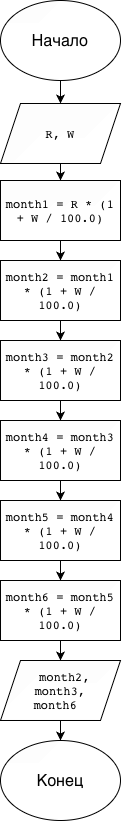
Before: schema.png, a diagram exported from draw.io (gwadsfwascawfwga/lab2). Source tidied: cells renumbered, new cells last; positions are measured from the earlier drawing's top-left corner, leaving out a move shared by most shapes. The source it was exported from:
```xml
<mxGraphModel>
  <root>
    <mxCell id="0" />
    <mxCell id="1" parent="0" />
    <mxCell id="2" value="&lt;span style=&quot;text-align: start; caret-color: rgb(0, 0, 0); color: rgb(0, 0, 0); font-size: medium;&quot;&gt;Конец&lt;/span&gt;" style="ellipse;whiteSpace=wrap;html=1;shapeInside=1;" parent="1" vertex="1">
      <mxGeometry y="740" width="120" height="80" as="geometry" />
    </mxCell>
    <mxCell id="3" style="edgeStyle=orthogonalEdgeStyle;rounded=0;jettySize=auto;html=1;" parent="1" edge="1" source="4" target="6">
      <mxGeometry relative="1" as="geometry" />
    </mxCell>
    <mxCell id="4" value="&lt;span style=&quot;text-align: start; caret-color: rgb(0, 0, 0); color: rgb(0, 0, 0); font-size: medium;&quot;&gt;Начало&lt;/span&gt;&lt;span style=&quot;text-align: start; caret-color: rgb(0, 0, 0); color: rgb(0, 0, 0); font-size: medium;&quot;&gt;&lt;br&gt;&lt;/span&gt;" style="ellipse;whiteSpace=wrap;html=1;shapeInside=1;" parent="1" vertex="1">
      <mxGeometry width="120" height="80" as="geometry" />
    </mxCell>
    <mxCell id="5" style="edgeStyle=orthogonalEdgeStyle;rounded=0;jettySize=auto;html=1;" parent="1" edge="1" source="6" target="8">
      <mxGeometry relative="1" as="geometry" />
    </mxCell>
    <mxCell id="6" value="&lt;code style=&quot;font-style: normal; font-variant-caps: normal; font-weight: 400; letter-spacing: normal; orphans: 2; text-align: start; text-indent: 0px; text-transform: none; white-space: normal; widows: 2; word-spacing: 0px; -webkit-text-stroke-width: 0px; text-decoration-line: none; text-decoration-thickness: auto; text-decoration-style: solid; caret-color: rgb(0, 0, 0); color: rgb(0, 0, 0);&quot;&gt;&lt;code style=&quot;font-style: normal; font-variant-caps: normal; font-weight: 400; letter-spacing: normal; orphans: 2; text-align: start; text-indent: 0px; text-transform: none; white-space: normal; widows: 2; word-spacing: 0px; -webkit-text-stroke-width: 0px; text-decoration-line: none; text-decoration-thickness: auto; text-decoration-style: solid; caret-color: rgb(0, 0, 0); color: rgb(0, 0, 0);&quot;&gt;&lt;br&gt;&lt;/code&gt;R, W&lt;/code&gt;" style="shape=parallelogram;perimeter=parallelogramPerimeter;whiteSpace=wrap;html=1;shapeInside=1;fixedSize=1;" parent="1" vertex="1">
      <mxGeometry y="103" width="120" height="60" as="geometry" />
    </mxCell>
    <mxCell id="7" style="edgeStyle=orthogonalEdgeStyle;rounded=0;jettySize=auto;html=1;" parent="1" edge="1" source="8" target="10">
      <mxGeometry relative="1" as="geometry" />
    </mxCell>
    <mxCell id="8" value="&lt;code style=&quot;font-style: normal; font-variant-caps: normal; font-weight: 400; letter-spacing: normal; orphans: 2; text-align: start; text-indent: 0px; text-transform: none; white-space: normal; widows: 2; word-spacing: 0px; -webkit-text-stroke-width: 0px; text-decoration-line: none; text-decoration-thickness: auto; text-decoration-style: solid; caret-color: rgb(0, 0, 0); color: rgb(0, 0, 0);&quot;&gt;month1 = R * (1 + W / 100.0)&lt;/code&gt;" style="whiteSpace=wrap;html=1;" parent="1" vertex="1">
      <mxGeometry y="180" width="120" height="60" as="geometry" />
    </mxCell>
    <mxCell id="9" style="edgeStyle=orthogonalEdgeStyle;rounded=0;jettySize=auto;html=1;" parent="1" edge="1" source="10" target="12">
      <mxGeometry relative="1" as="geometry" />
    </mxCell>
    <mxCell id="10" value="&lt;code style=&quot;text-align: start; caret-color: rgb(0, 0, 0); color: rgb(0, 0, 0);&quot;&gt;month2 = month1 * (1 + W / 100.0)&lt;/code&gt;" style="whiteSpace=wrap;html=1;" parent="1" vertex="1">
      <mxGeometry y="260" width="120" height="60" as="geometry" />
    </mxCell>
    <mxCell id="11" style="edgeStyle=orthogonalEdgeStyle;rounded=0;jettySize=auto;html=1;" parent="1" edge="1" source="12" target="14">
      <mxGeometry relative="1" as="geometry" />
    </mxCell>
    <mxCell id="12" value="&lt;div&gt;&lt;code style=&quot;text-align: start; caret-color: rgb(0, 0, 0); color: rgb(0, 0, 0);&quot;&gt;&lt;code style=&quot;caret-color: rgb(0, 0, 0); color: rgb(0, 0, 0);&quot;&gt;month3 = month2 * (1 + W / 100.0)&lt;/code&gt;&lt;br&gt;&lt;/code&gt;&lt;/div&gt;" style="whiteSpace=wrap;html=1;" parent="1" vertex="1">
      <mxGeometry y="340" width="120" height="60" as="geometry" />
    </mxCell>
    <mxCell id="13" style="edgeStyle=orthogonalEdgeStyle;rounded=0;jettySize=auto;html=1;" parent="1" edge="1" source="14" target="16">
      <mxGeometry relative="1" as="geometry" />
    </mxCell>
    <mxCell id="14" value="&lt;code style=&quot;text-align: start; caret-color: rgb(0, 0, 0); color: rgb(0, 0, 0);&quot;&gt;month4 = month3 * (1 + W / 100.0)&lt;/code&gt;" style="whiteSpace=wrap;html=1;" parent="1" vertex="1">
      <mxGeometry y="420" width="120" height="60" as="geometry" />
    </mxCell>
    <mxCell id="15" style="edgeStyle=orthogonalEdgeStyle;rounded=0;jettySize=auto;html=1;" parent="1" edge="1" source="16" target="18">
      <mxGeometry relative="1" as="geometry" />
    </mxCell>
    <mxCell id="16" value="&lt;code style=&quot;text-align: start; caret-color: rgb(0, 0, 0); color: rgb(0, 0, 0);&quot;&gt;month5 = month4 * (1 + W / 100.0)&lt;/code&gt;" style="whiteSpace=wrap;html=1;" parent="1" vertex="1">
      <mxGeometry y="500" width="120" height="60" as="geometry" />
    </mxCell>
    <mxCell id="17" style="edgeStyle=orthogonalEdgeStyle;rounded=0;jettySize=auto;html=1;" parent="1" edge="1" source="18" target="20">
      <mxGeometry relative="1" as="geometry" />
    </mxCell>
    <mxCell id="18" value="&lt;code style=&quot;text-align: start; caret-color: rgb(0, 0, 0); color: rgb(0, 0, 0);&quot;&gt;month6 = month5 * (1 + W / 100.0)&lt;/code&gt;" style="whiteSpace=wrap;html=1;" parent="1" vertex="1">
      <mxGeometry y="580" width="120" height="60" as="geometry" />
    </mxCell>
    <mxCell id="19" style="edgeStyle=orthogonalEdgeStyle;rounded=0;jettySize=auto;html=1;" parent="1" edge="1" source="20" target="2">
      <mxGeometry relative="1" as="geometry" />
    </mxCell>
    <mxCell id="20" value="&lt;code style=&quot;font-style: normal; font-variant-caps: normal; font-weight: 400; letter-spacing: normal; orphans: 2; text-align: start; text-indent: 0px; text-transform: none; white-space: normal; widows: 2; word-spacing: 0px; -webkit-text-stroke-width: 0px; text-decoration-line: none; text-decoration-thickness: auto; text-decoration-style: solid; caret-color: rgb(0, 0, 0); color: rgb(0, 0, 0);&quot;&gt;month2, month3, month6&lt;/code&gt;" style="shape=parallelogram;perimeter=parallelogramPerimeter;whiteSpace=wrap;html=1;shapeInside=1;fixedSize=1;" parent="1" vertex="1">
      <mxGeometry y="660" width="120" height="60" as="geometry" />
    </mxCell>
  </root>
</mxGraphModel>
```
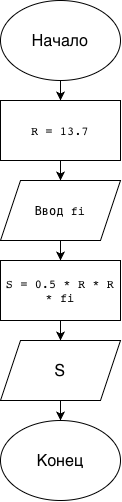
Above is the later version.

The edit, as a diff of the source:
```diff
@@ -2,62 +2,38 @@
   <root>
     <mxCell id="0" />
     <mxCell id="1" parent="0" />
+    <mxCell id="21" style="edgeStyle=orthogonalEdgeStyle;rounded=0;jettySize=auto;html=1;" parent="1" edge="1" source="4" target="23">
+      <mxGeometry relative="1" as="geometry" />
+    </mxCell>
+    <mxCell id="4" value="&lt;span style=&quot;text-align: start; caret-color: rgb(0, 0, 0); color: rgb(0, 0, 0); font-size: medium;&quot;&gt;Начало&lt;/span&gt;" style="ellipse;whiteSpace=wrap;html=1;shapeInside=1;" parent="1" vertex="1">
+      <mxGeometry y="-50" width="120" height="80" as="geometry" />
+    </mxCell>
+    <mxCell id="22" style="edgeStyle=orthogonalEdgeStyle;rounded=0;jettySize=auto;html=1;" parent="1" edge="1" source="23" target="25">
+      <mxGeometry relative="1" as="geometry" />
+    </mxCell>
+    <mxCell id="23" value="&lt;code style=&quot;font-style: normal; font-variant-caps: normal; font-weight: 400; letter-spacing: normal; orphans: 2; text-align: start; text-indent: 0px; text-transform: none; white-space: normal; widows: 2; word-spacing: 0px; -webkit-text-stroke-width: 0px; text-decoration-line: none; text-decoration-thickness: auto; text-decoration-style: solid; caret-color: rgb(0, 0, 0); color: rgb(0, 0, 0);&quot;&gt;R = 13.7&lt;/code&gt;" style="whiteSpace=wrap;html=1;" parent="1" vertex="1">
+      <mxGeometry y="50" width="120" height="60" as="geometry" />
+    </mxCell>
+    <mxCell id="24" style="edgeStyle=orthogonalEdgeStyle;rounded=0;jettySize=auto;html=1;" parent="1" edge="1" source="25" target="27">
+      <mxGeometry relative="1" as="geometry" />
+    </mxCell>
+    <mxCell id="25" value="&lt;code style=&quot;font-style: normal; font-variant-caps: normal; font-weight: 400; letter-spacing: normal; orphans: 2; text-align: start; text-indent: 0px; text-transform: none; white-space: normal; widows: 2; word-spacing: 0px; -webkit-text-stroke-width: 0px; text-decoration-line: none; text-decoration-thickness: auto; text-decoration-style: solid; caret-color: rgb(0, 0, 0); color: rgb(0, 0, 0);&quot;&gt;Ввод fi&lt;/code&gt;" style="shape=parallelogram;perimeter=parallelogramPerimeter;whiteSpace=wrap;html=1;shapeInside=1;fixedSize=1;" parent="1" vertex="1">
+      <mxGeometry y="130" width="120" height="60" as="geometry" />
+    </mxCell>
+    <mxCell id="26" style="edgeStyle=orthogonalEdgeStyle;rounded=0;jettySize=auto;html=1;" parent="1" edge="1" source="27" target="29">
+      <mxGeometry relative="1" as="geometry" />
+    </mxCell>
+    <mxCell id="27" value="&lt;code style=&quot;text-align: start; caret-color: rgb(0, 0, 0); color: rgb(0, 0, 0);&quot;&gt;S = 0.5 * R * R * fi&lt;/code&gt;" style="whiteSpace=wrap;html=1;" parent="1" vertex="1">
+      <mxGeometry y="210" width="120" height="60" as="geometry" />
+    </mxCell>
+    <mxCell id="28" style="edgeStyle=orthogonalEdgeStyle;rounded=0;jettySize=auto;html=1;" parent="1" edge="1" source="29" target="2">
+      <mxGeometry relative="1" as="geometry" />
+    </mxCell>
+    <mxCell id="29" value="&lt;span style=&quot;text-align: start; caret-color: rgb(0, 0, 0); color: rgb(0, 0, 0); font-size: medium;&quot;&gt;S&lt;/span&gt;" style="shape=parallelogram;perimeter=parallelogramPerimeter;whiteSpace=wrap;html=1;shapeInside=1;fixedSize=1;" parent="1" vertex="1">
+      <mxGeometry y="290" width="120" height="60" as="geometry" />
+    </mxCell>
     <mxCell id="2" value="&lt;span style=&quot;text-align: start; caret-color: rgb(0, 0, 0); color: rgb(0, 0, 0); font-size: medium;&quot;&gt;Конец&lt;/span&gt;" style="ellipse;whiteSpace=wrap;html=1;shapeInside=1;" parent="1" vertex="1">
-      <mxGeometry y="740" width="120" height="80" as="geometry" />
+      <mxGeometry y="370" width="120" height="80" as="geometry" />
     </mxCell>
-    <mxCell id="3" style="edgeStyle=orthogonalEdgeStyle;rounded=0;jettySize=auto;html=1;" parent="1" edge="1" source="4" target="6">
-      <mxGeometry relative="1" as="geometry" />
-    </mxCell>
-    <mxCell id="4" value="&lt;span style=&quot;text-align: start; caret-color: rgb(0, 0, 0); color: rgb(0, 0, 0); font-size: medium;&quot;&gt;Начало&lt;/span&gt;&lt;span style=&quot;text-align: start; caret-color: rgb(0, 0, 0); color: rgb(0, 0, 0); font-size: medium;&quot;&gt;&lt;br&gt;&lt;/span&gt;" style="ellipse;whiteSpace=wrap;html=1;shapeInside=1;" parent="1" vertex="1">
-      <mxGeometry width="120" height="80" as="geometry" />
-    </mxCell>
-    <mxCell id="5" style="edgeStyle=orthogonalEdgeStyle;rounded=0;jettySize=auto;html=1;" parent="1" edge="1" source="6" target="8">
-      <mxGeometry relative="1" as="geometry" />
-    </mxCell>
-    <mxCell id="6" value="&lt;code style=&quot;font-style: normal; font-variant-caps: normal; font-weight: 400; letter-spacing: normal; orphans: 2; text-align: start; text-indent: 0px; text-transform: none; white-space: normal; widows: 2; word-spacing: 0px; -webkit-text-stroke-width: 0px; text-decoration-line: none; text-decoration-thickness: auto; text-decoration-style: solid; caret-color: rgb(0, 0, 0); color: rgb(0, 0, 0);&quot;&gt;&lt;code style=&quot;font-style: normal; font-variant-caps: normal; font-weight: 400; letter-spacing: normal; orphans: 2; text-align: start; text-indent: 0px; text-transform: none; white-space: normal; widows: 2; word-spacing: 0px; -webkit-text-stroke-width: 0px; text-decoration-line: none; text-decoration-thickness: auto; text-decoration-style: solid; caret-color: rgb(0, 0, 0); color: rgb(0, 0, 0);&quot;&gt;&lt;br&gt;&lt;/code&gt;R, W&lt;/code&gt;" style="shape=parallelogram;perimeter=parallelogramPerimeter;whiteSpace=wrap;html=1;shapeInside=1;fixedSize=1;" parent="1" vertex="1">
-      <mxGeometry y="103" width="120" height="60" as="geometry" />
-    </mxCell>
-    <mxCell id="7" style="edgeStyle=orthogonalEdgeStyle;rounded=0;jettySize=auto;html=1;" parent="1" edge="1" source="8" target="10">
-      <mxGeometry relative="1" as="geometry" />
-    </mxCell>
-    <mxCell id="8" value="&lt;code style=&quot;font-style: normal; font-variant-caps: normal; font-weight: 400; letter-spacing: normal; orphans: 2; text-align: start; text-indent: 0px; text-transform: none; white-space: normal; widows: 2; word-spacing: 0px; -webkit-text-stroke-width: 0px; text-decoration-line: none; text-decoration-thickness: auto; text-decoration-style: solid; caret-color: rgb(0, 0, 0); color: rgb(0, 0, 0);&quot;&gt;month1 = R * (1 + W / 100.0)&lt;/code&gt;" style="whiteSpace=wrap;html=1;" parent="1" vertex="1">
-      <mxGeometry y="180" width="120" height="60" as="geometry" />
-    </mxCell>
-    <mxCell id="9" style="edgeStyle=orthogonalEdgeStyle;rounded=0;jettySize=auto;html=1;" parent="1" edge="1" source="10" target="12">
-      <mxGeometry relative="1" as="geometry" />
-    </mxCell>
-    <mxCell id="10" value="&lt;code style=&quot;text-align: start; caret-color: rgb(0, 0, 0); color: rgb(0, 0, 0);&quot;&gt;month2 = month1 * (1 + W / 100.0)&lt;/code&gt;" style="whiteSpace=wrap;html=1;" parent="1" vertex="1">
-      <mxGeometry y="260" width="120" height="60" as="geometry" />
-    </mxCell>
-    <mxCell id="11" style="edgeStyle=orthogonalEdgeStyle;rounded=0;jettySize=auto;html=1;" parent="1" edge="1" source="12" target="14">
-      <mxGeometry relative="1" as="geometry" />
-    </mxCell>
-    <mxCell id="12" value="&lt;div&gt;&lt;code style=&quot;text-align: start; caret-color: rgb(0, 0, 0); color: rgb(0, 0, 0);&quot;&gt;&lt;code style=&quot;caret-color: rgb(0, 0, 0); color: rgb(0, 0, 0);&quot;&gt;month3 = month2 * (1 + W / 100.0)&lt;/code&gt;&lt;br&gt;&lt;/code&gt;&lt;/div&gt;" style="whiteSpace=wrap;html=1;" parent="1" vertex="1">
-      <mxGeometry y="340" width="120" height="60" as="geometry" />
-    </mxCell>
-    <mxCell id="13" style="edgeStyle=orthogonalEdgeStyle;rounded=0;jettySize=auto;html=1;" parent="1" edge="1" source="14" target="16">
-      <mxGeometry relative="1" as="geometry" />
-    </mxCell>
-    <mxCell id="14" value="&lt;code style=&quot;text-align: start; caret-color: rgb(0, 0, 0); color: rgb(0, 0, 0);&quot;&gt;month4 = month3 * (1 + W / 100.0)&lt;/code&gt;" style="whiteSpace=wrap;html=1;" parent="1" vertex="1">
-      <mxGeometry y="420" width="120" height="60" as="geometry" />
-    </mxCell>
-    <mxCell id="15" style="edgeStyle=orthogonalEdgeStyle;rounded=0;jettySize=auto;html=1;" parent="1" edge="1" source="16" target="18">
-      <mxGeometry relative="1" as="geometry" />
-    </mxCell>
-    <mxCell id="16" value="&lt;code style=&quot;text-align: start; caret-color: rgb(0, 0, 0); color: rgb(0, 0, 0);&quot;&gt;month5 = month4 * (1 + W / 100.0)&lt;/code&gt;" style="whiteSpace=wrap;html=1;" parent="1" vertex="1">
-      <mxGeometry y="500" width="120" height="60" as="geometry" />
-    </mxCell>
-    <mxCell id="17" style="edgeStyle=orthogonalEdgeStyle;rounded=0;jettySize=auto;html=1;" parent="1" edge="1" source="18" target="20">
-      <mxGeometry relative="1" as="geometry" />
-    </mxCell>
-    <mxCell id="18" value="&lt;code style=&quot;text-align: start; caret-color: rgb(0, 0, 0); color: rgb(0, 0, 0);&quot;&gt;month6 = month5 * (1 + W / 100.0)&lt;/code&gt;" style="whiteSpace=wrap;html=1;" parent="1" vertex="1">
-      <mxGeometry y="580" width="120" height="60" as="geometry" />
-    </mxCell>
-    <mxCell id="19" style="edgeStyle=orthogonalEdgeStyle;rounded=0;jettySize=auto;html=1;" parent="1" edge="1" source="20" target="2">
-      <mxGeometry relative="1" as="geometry" />
-    </mxCell>
-    <mxCell id="20" value="&lt;code style=&quot;font-style: normal; font-variant-caps: normal; font-weight: 400; letter-spacing: normal; orphans: 2; text-align: start; text-indent: 0px; text-transform: none; white-space: normal; widows: 2; word-spacing: 0px; -webkit-text-stroke-width: 0px; text-decoration-line: none; text-decoration-thickness: auto; text-decoration-style: solid; caret-color: rgb(0, 0, 0); color: rgb(0, 0, 0);&quot;&gt;month2, month3, month6&lt;/code&gt;" style="shape=parallelogram;perimeter=parallelogramPerimeter;whiteSpace=wrap;html=1;shapeInside=1;fixedSize=1;" parent="1" vertex="1">
-      <mxGeometry y="660" width="120" height="60" as="geometry" />
-    </mxCell>
   </root>
 </mxGraphModel>
```
